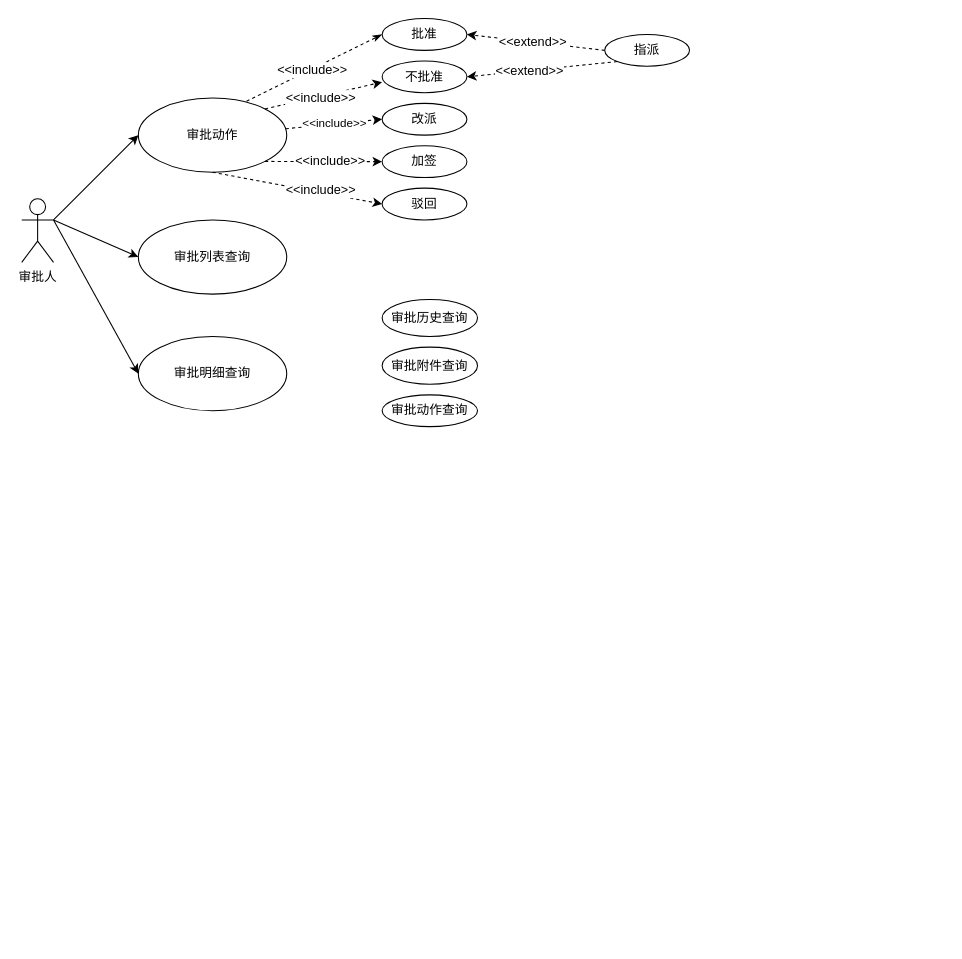
Before: 友报账审批用例.drawio in zhangjqh/ybz-graphs, a draw.io diagram. Source tidied: cells renumbered, new cells numbered last; positions are measured from the earlier drawing's top-left corner, leaving out a move shared by most shapes. Both pictures are drawn from the tidied source at 106%, with x=0, y=0 at pixel (21, 18).
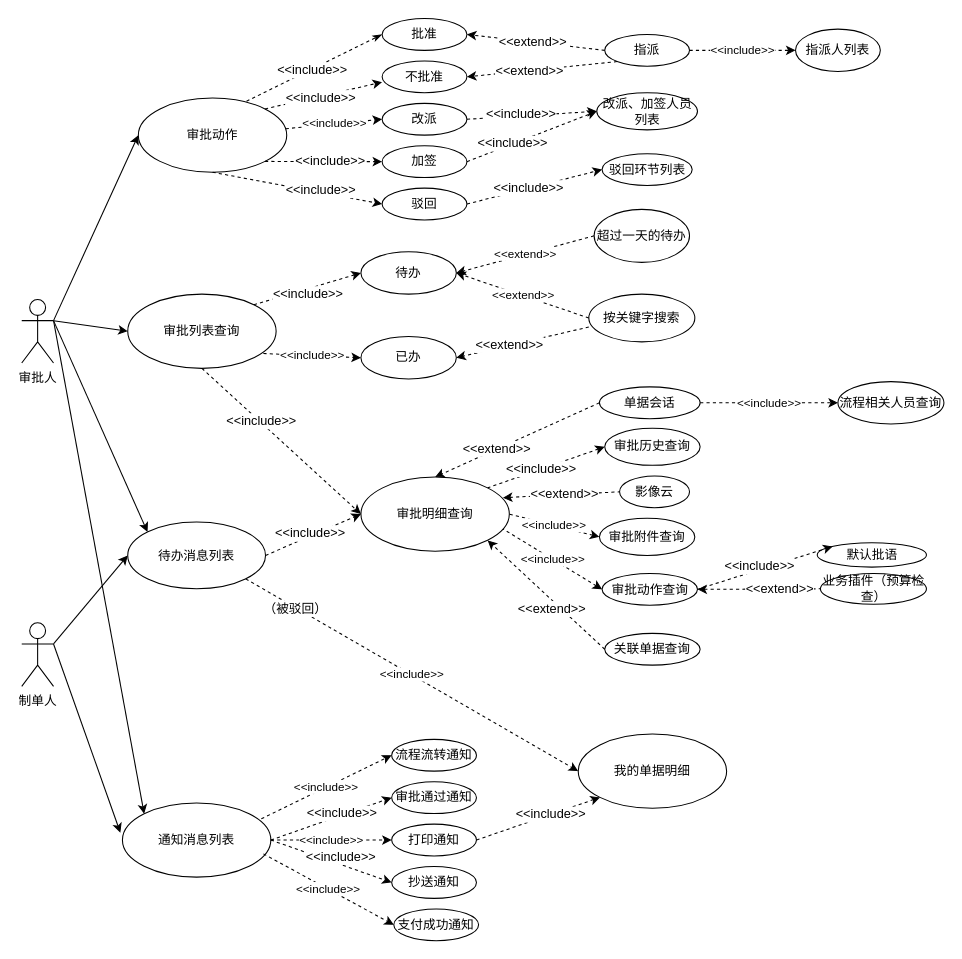
Above is the later version.

Commit message:
已添加 友报账审批用例.drawio

Unchanged cells that the change refers to:
```xml
<mxCell id="3" value="审批动作&lt;br&gt;" style="ellipse;whiteSpace=wrap;html=1;" parent="1" vertex="1">
  <mxGeometry x="110" y="75" width="140" height="70" as="geometry" />
</mxCell>
<mxCell id="6" value="改派&lt;br&gt;" style="ellipse;whiteSpace=wrap;html=1;" parent="1" vertex="1">
  <mxGeometry x="340" y="80" width="80" height="30" as="geometry" />
</mxCell>
<mxCell id="7" value="加签&lt;br&gt;" style="ellipse;whiteSpace=wrap;html=1;" parent="1" vertex="1">
  <mxGeometry x="340" y="120" width="80" height="30" as="geometry" />
</mxCell>
<mxCell id="8" value="驳回&lt;br&gt;" style="ellipse;whiteSpace=wrap;html=1;" parent="1" vertex="1">
  <mxGeometry x="340" y="160" width="80" height="30" as="geometry" />
</mxCell>
<mxCell id="19" value="指派&lt;br&gt;" style="ellipse;whiteSpace=wrap;html=1;" parent="1" vertex="1">
  <mxGeometry x="550" y="15" width="80" height="30" as="geometry" />
</mxCell>
```

What changed in the source:
```diff
@@
     <mxCell id="2" value="审批人" style="shape=umlActor;verticalLabelPosition=bottom;labelBackgroundColor=#ffffff;verticalAlign=top;html=1;" parent="1" vertex="1">
-      <mxGeometry y="170" width="30" height="60" as="geometry" />
+      <mxGeometry y="265" width="30" height="60" as="geometry" />
     </mxCell>
@@
-    <mxCell id="9" style="endArrow=classic;html=1;strokeColor=#000000;entryX=0;entryY=0.5;entryDx=0;entryDy=0;" parent="1" edge="1" target="3">
-      <mxGeometry relative="1" as="geometry">
-        <mxPoint x="30" y="190" as="sourcePoint" />
-      </mxGeometry>
+    <mxCell id="9" style="endArrow=classic;html=1;strokeColor=#000000;entryX=0;entryY=0.5;entryDx=0;entryDy=0;exitX=1;exitY=0.3333333333333333;exitDx=0;exitDy=0;exitPerimeter=0;" parent="1" edge="1" source="2" target="3">
+      <mxGeometry relative="1" as="geometry" />
     </mxCell>
@@
     <mxCell id="24" value="审批列表查询" style="ellipse;whiteSpace=wrap;html=1;" parent="1" vertex="1">
-      <mxGeometry x="110" y="190" width="140" height="70" as="geometry" />
+      <mxGeometry x="100" y="260" width="140" height="70" as="geometry" />
     </mxCell>
     <mxCell id="25" value="审批明细查询" style="ellipse;whiteSpace=wrap;html=1;" parent="1" vertex="1">
-      <mxGeometry x="110" y="300" width="140" height="70" as="geometry" />
+      <mxGeometry x="320" y="432.5" width="140" height="70" as="geometry" />
     </mxCell>
     <mxCell id="26" value="审批历史查询" style="ellipse;whiteSpace=wrap;html=1;" parent="1" vertex="1">
-      <mxGeometry x="340" y="265" width="90" height="35" as="geometry" />
+      <mxGeometry x="550" y="386.5" width="90" height="35" as="geometry" />
     </mxCell>
     <mxCell id="27" value="审批附件查询" style="ellipse;whiteSpace=wrap;html=1;" parent="1" vertex="1">
-      <mxGeometry x="340" y="310" width="90" height="35" as="geometry" />
+      <mxGeometry x="545" y="471.5" width="90" height="35" as="geometry" />
     </mxCell>
     <mxCell id="28" value="审批动作查询" style="ellipse;whiteSpace=wrap;html=1;" parent="1" vertex="1">
-      <mxGeometry x="340" y="355" width="90" height="30" as="geometry" />
+      <mxGeometry x="547.5" y="523.5" width="90" height="30" as="geometry" />
     </mxCell>
@@
-    <mxCell id="30" style="endArrow=classic;html=1;strokeColor=#000000;entryX=0;entryY=0.5;entryDx=0;entryDy=0;exitX=1;exitY=0.3333333333333333;exitDx=0;exitDy=0;exitPerimeter=0;" parent="1" edge="1" source="2" target="25">
-      <mxGeometry relative="1" as="geometry" />
-    </mxCell>
+    <mxCell id="31" style="endArrow=none;dashed=1;html=1;strokeColor=#000000;entryX=1;entryY=0;entryDx=0;entryDy=0;exitX=0;exitY=0.5;exitDx=0;exitDy=0;endFill=0;startArrow=classic;startFill=1;" parent="1" edge="1" source="26" target="25">
+      <mxGeometry relative="1" as="geometry" />
+    </mxCell>
+    <mxCell id="32" value="&amp;lt;&amp;lt;include&amp;gt;&amp;gt;" style="text;html=1;align=center;verticalAlign=middle;labelBackgroundColor=#ffffff;" parent="31" vertex="1">
+      <mxGeometry x="-0.35" y="-1" relative="1" as="geometry">
+        <mxPoint x="-24" y="9" as="offset" />
+      </mxGeometry>
+    </mxCell>
+    <mxCell id="33" value="&amp;lt;&amp;lt;include&amp;gt;&amp;gt;" style="endArrow=none;dashed=1;html=1;strokeColor=#000000;entryX=1;entryY=0.5;entryDx=0;entryDy=0;exitX=0;exitY=0.5;exitDx=0;exitDy=0;endFill=0;startArrow=classic;startFill=1;" parent="1" edge="1" source="27" target="25">
+      <mxGeometry relative="1" as="geometry" />
+    </mxCell>
+    <mxCell id="34" value="&amp;lt;&amp;lt;include&amp;gt;&amp;gt;" style="endArrow=none;dashed=1;html=1;strokeColor=#000000;entryX=0.957;entryY=0.7;entryDx=0;entryDy=0;entryPerimeter=0;exitX=0;exitY=0.5;exitDx=0;exitDy=0;endFill=0;startArrow=classic;startFill=1;" parent="1" edge="1" source="28" target="25">
+      <mxGeometry relative="1" as="geometry" />
+    </mxCell>
+    <mxCell id="35" value="待办" style="ellipse;whiteSpace=wrap;html=1;" parent="1" vertex="1">
+      <mxGeometry x="320" y="220" width="90" height="40" as="geometry" />
+    </mxCell>
+    <mxCell id="36" value="已办" style="ellipse;whiteSpace=wrap;html=1;" parent="1" vertex="1">
+      <mxGeometry x="320" y="300" width="90" height="40" as="geometry" />
+    </mxCell>
+    <mxCell id="37" style="endArrow=classic;dashed=1;html=1;strokeColor=#000000;entryX=0;entryY=0.5;entryDx=0;entryDy=0;endFill=1;" parent="1" edge="1" target="35">
+      <mxGeometry relative="1" as="geometry">
+        <mxPoint x="219" y="270" as="sourcePoint" />
+      </mxGeometry>
+    </mxCell>
+    <mxCell id="38" value="&amp;lt;&amp;lt;include&amp;gt;&amp;gt;" style="text;html=1;align=center;verticalAlign=middle;labelBackgroundColor=#ffffff;" parent="37" vertex="1">
+      <mxGeometry x="0.21" relative="1" as="geometry">
+        <mxPoint x="-10.5" y="8" as="offset" />
+      </mxGeometry>
+    </mxCell>
+    <mxCell id="39" value="&amp;lt;&amp;lt;include&amp;gt;&amp;gt;" style="endArrow=classic;dashed=1;html=1;strokeColor=#000000;entryX=0;entryY=0.5;entryDx=0;entryDy=0;exitX=0.914;exitY=0.8;exitDx=0;exitDy=0;exitPerimeter=0;endFill=1;" parent="1" edge="1" source="24" target="36">
+      <mxGeometry relative="1" as="geometry" />
+    </mxCell>
+    <mxCell id="40" value="超过一天的待办" style="ellipse;whiteSpace=wrap;html=1;" parent="1" vertex="1">
+      <mxGeometry x="540" y="180" width="90" height="50" as="geometry" />
+    </mxCell>
+    <mxCell id="41" value="&amp;lt;&amp;lt;extend&amp;gt;&amp;gt;" style="endArrow=classic;dashed=1;html=1;strokeColor=#000000;entryX=1;entryY=0.5;entryDx=0;entryDy=0;exitX=0;exitY=0.5;exitDx=0;exitDy=0;endFill=1;" parent="1" edge="1" source="40" target="35">
+      <mxGeometry relative="1" as="geometry" />
+    </mxCell>
+    <mxCell id="42" value="按关键字搜索" style="ellipse;whiteSpace=wrap;html=1;" parent="1" vertex="1">
+      <mxGeometry x="535" y="260" width="100" height="45" as="geometry" />
+    </mxCell>
+    <mxCell id="43" value="&amp;lt;&amp;lt;extend&amp;gt;&amp;gt;" style="endArrow=classic;dashed=1;html=1;strokeColor=#000000;entryX=1;entryY=0.5;entryDx=0;entryDy=0;exitX=0;exitY=0.5;exitDx=0;exitDy=0;endFill=1;" parent="1" edge="1" source="42" target="35">
+      <mxGeometry relative="1" as="geometry" />
+    </mxCell>
+    <mxCell id="44" style="endArrow=classic;dashed=1;html=1;strokeColor=#000000;entryX=1;entryY=0.5;entryDx=0;entryDy=0;exitX=0;exitY=0.689;exitDx=0;exitDy=0;exitPerimeter=0;endFill=1;" parent="1" edge="1" source="42" target="36">
+      <mxGeometry relative="1" as="geometry" />
+    </mxCell>
+    <mxCell id="45" value="&amp;lt;&amp;lt;extend&amp;gt;&amp;gt;" style="text;html=1;align=center;verticalAlign=middle;labelBackgroundColor=#ffffff;" parent="44" vertex="1">
+      <mxGeometry x="0.2" y="-1" relative="1" as="geometry" />
+    </mxCell>
+    <mxCell id="46" value="关联单据查询" style="ellipse;whiteSpace=wrap;html=1;" parent="1" vertex="1">
+      <mxGeometry x="550" y="580" width="90" height="30" as="geometry" />
+    </mxCell>
+    <mxCell id="47" style="endArrow=classic;dashed=1;html=1;strokeColor=#000000;entryX=1;entryY=1;entryDx=0;entryDy=0;exitX=0;exitY=0.5;exitDx=0;exitDy=0;endFill=1;" parent="1" edge="1" source="46" target="25">
+      <mxGeometry relative="1" as="geometry" />
+    </mxCell>
+    <mxCell id="48" value="&amp;lt;&amp;lt;extend&amp;gt;&amp;gt;" style="text;html=1;align=center;verticalAlign=middle;labelBackgroundColor=#ffffff;" parent="47" vertex="1">
+      <mxGeometry x="-0.39" relative="1" as="geometry">
+        <mxPoint x="-16.5" y="-7" as="offset" />
+      </mxGeometry>
+    </mxCell>
+    <mxCell id="49" value="单据会话" style="ellipse;whiteSpace=wrap;html=1;" parent="1" vertex="1">
+      <mxGeometry x="545" y="347.5" width="95" height="30" as="geometry" />
+    </mxCell>
+    <mxCell id="50" style="endArrow=classic;dashed=1;html=1;strokeColor=#000000;entryX=0.5;entryY=0;entryDx=0;entryDy=0;exitX=0;exitY=0.5;exitDx=0;exitDy=0;endFill=1;" parent="1" edge="1" source="49" target="25">
+      <mxGeometry relative="1" as="geometry" />
+    </mxCell>
+    <mxCell id="51" value="&amp;lt;&amp;lt;extend&amp;gt;&amp;gt;" style="text;html=1;align=center;verticalAlign=middle;labelBackgroundColor=#ffffff;" parent="50" vertex="1">
+      <mxGeometry x="0.25" y="-1" relative="1" as="geometry" />
+    </mxCell>
+    <mxCell id="52" value="制单人" style="shape=umlActor;verticalLabelPosition=bottom;labelBackgroundColor=#ffffff;verticalAlign=top;html=1;" parent="1" vertex="1">
+      <mxGeometry y="570" width="30" height="60" as="geometry" />
+    </mxCell>
+    <mxCell id="53" value="待办消息列表" style="ellipse;whiteSpace=wrap;html=1;" parent="1" vertex="1">
+      <mxGeometry x="100" y="475" width="130" height="63" as="geometry" />
+    </mxCell>
+    <mxCell id="54" style="endArrow=classic;html=1;strokeColor=#000000;entryX=0;entryY=0;entryDx=0;entryDy=0;exitX=1;exitY=0.3333333333333333;exitDx=0;exitDy=0;exitPerimeter=0;" parent="1" edge="1" source="2" target="53">
+      <mxGeometry relative="1" as="geometry" />
+    </mxCell>
+    <mxCell id="55" value="通知消息列表" style="ellipse;whiteSpace=wrap;html=1;" parent="1" vertex="1">
+      <mxGeometry x="95" y="740" width="140" height="70" as="geometry" />
+    </mxCell>
+    <mxCell id="56" style="endArrow=classic;dashed=1;html=1;strokeColor=#000000;entryX=0;entryY=0.5;entryDx=0;entryDy=0;exitX=0.5;exitY=1;exitDx=0;exitDy=0;endFill=1;" parent="1" edge="1" source="24" target="25">
+      <mxGeometry relative="1" as="geometry" />
+    </mxCell>
+    <mxCell id="57" value="&amp;lt;&amp;lt;include&amp;gt;&amp;gt;" style="text;html=1;align=center;verticalAlign=middle;labelBackgroundColor=#ffffff;" parent="56" vertex="1">
+      <mxGeometry x="-0.26" y="1" relative="1" as="geometry" />
+    </mxCell>
+    <mxCell id="58" style="endArrow=classic;dashed=1;html=1;strokeColor=#000000;entryX=0;entryY=0.5;entryDx=0;entryDy=0;exitX=1;exitY=0.5;exitDx=0;exitDy=0;endFill=1;" parent="1" edge="1" source="53" target="25">
+      <mxGeometry relative="1" as="geometry" />
+    </mxCell>
+    <mxCell id="59" value="&amp;lt;&amp;lt;include&amp;gt;&amp;gt;" style="text;html=1;align=center;verticalAlign=middle;labelBackgroundColor=#ffffff;" parent="58" vertex="1">
+      <mxGeometry x="-0.06" y="3" relative="1" as="geometry" />
+    </mxCell>
+    <mxCell id="60" style="endArrow=classic;html=1;strokeColor=#000000;entryX=0;entryY=0.5;entryDx=0;entryDy=0;exitX=1;exitY=0.3333333333333333;exitDx=0;exitDy=0;exitPerimeter=0;" parent="1" edge="1" source="52" target="53">
+      <mxGeometry relative="1" as="geometry" />
+    </mxCell>
+    <mxCell id="61" style="endArrow=classic;html=1;strokeColor=#000000;entryX=-0.014;entryY=0.4;entryDx=0;entryDy=0;entryPerimeter=0;exitX=1;exitY=0.3333333333333333;exitDx=0;exitDy=0;exitPerimeter=0;" parent="1" edge="1" source="52" target="55">
+      <mxGeometry relative="1" as="geometry" />
+    </mxCell>
+    <mxCell id="62" value="流程流转通知" style="ellipse;whiteSpace=wrap;html=1;" parent="1" vertex="1">
+      <mxGeometry x="349" y="680" width="80" height="30" as="geometry" />
+    </mxCell>
+    <mxCell id="63" value="审批通过通知" style="ellipse;whiteSpace=wrap;html=1;" parent="1" vertex="1">
+      <mxGeometry x="349" y="720" width="80" height="30" as="geometry" />
+    </mxCell>
+    <mxCell id="64" value="打印通知" style="ellipse;whiteSpace=wrap;html=1;" parent="1" vertex="1">
+      <mxGeometry x="349" y="760" width="80" height="30" as="geometry" />
+    </mxCell>
+    <mxCell id="65" value="抄送通知" style="ellipse;whiteSpace=wrap;html=1;" parent="1" vertex="1">
+      <mxGeometry x="349" y="800" width="80" height="30" as="geometry" />
+    </mxCell>
+    <mxCell id="66" value="支付成功通知" style="ellipse;whiteSpace=wrap;html=1;" parent="1" vertex="1">
+      <mxGeometry x="351" y="840" width="80" height="30" as="geometry" />
+    </mxCell>
+    <mxCell id="67" value="我的单据明细" style="ellipse;whiteSpace=wrap;html=1;" parent="1" vertex="1">
+      <mxGeometry x="525" y="675" width="140" height="70" as="geometry" />
+    </mxCell>
+    <mxCell id="68" value="&amp;lt;&amp;lt;include&amp;gt;&amp;gt;" style="endArrow=classic;dashed=1;html=1;strokeColor=#000000;entryX=0;entryY=0.5;entryDx=0;entryDy=0;exitX=1;exitY=1;exitDx=0;exitDy=0;endFill=1;" parent="1" edge="1" source="53" target="67">
+      <mxGeometry relative="1" as="geometry" />
+    </mxCell>
+    <mxCell id="69" value="（被驳回）" style="text;html=1;align=center;verticalAlign=middle;labelBackgroundColor=#ffffff;" parent="68" vertex="1">
+      <mxGeometry x="-0.79" relative="1" as="geometry">
+        <mxPoint x="13" y="8.5" as="offset" />
+      </mxGeometry>
+    </mxCell>
+    <mxCell id="70" value="&amp;lt;&amp;lt;include&amp;gt;&amp;gt;" style="endArrow=classic;dashed=1;html=1;strokeColor=#000000;entryX=0;entryY=0.5;entryDx=0;entryDy=0;exitX=0.936;exitY=0.214;exitDx=0;exitDy=0;exitPerimeter=0;endFill=1;" parent="1" edge="1" source="55" target="62">
+      <mxGeometry relative="1" as="geometry" />
+    </mxCell>
+    <mxCell id="71" style="endArrow=classic;dashed=1;html=1;strokeColor=#000000;entryX=0;entryY=0.5;entryDx=0;entryDy=0;exitX=1;exitY=0.5;exitDx=0;exitDy=0;endFill=1;" parent="1" edge="1" source="55" target="63">
+      <mxGeometry relative="1" as="geometry" />
+    </mxCell>
+    <mxCell id="72" value="&amp;lt;&amp;lt;include&amp;gt;&amp;gt;" style="text;html=1;align=center;verticalAlign=middle;labelBackgroundColor=#ffffff;" parent="71" vertex="1">
+      <mxGeometry x="0.18" y="1" relative="1" as="geometry">
+        <mxPoint y="-1" as="offset" />
+      </mxGeometry>
+    </mxCell>
+    <mxCell id="73" value="&amp;lt;&amp;lt;include&amp;gt;&amp;gt;" style="endArrow=classic;dashed=1;html=1;strokeColor=#000000;entryX=0;entryY=0.5;entryDx=0;entryDy=0;exitX=1;exitY=0.5;exitDx=0;exitDy=0;endFill=1;" parent="1" edge="1" source="55" target="64">
+      <mxGeometry relative="1" as="geometry" />
+    </mxCell>
+    <mxCell id="74" style="endArrow=classic;dashed=1;html=1;strokeColor=#000000;entryX=0;entryY=0.5;entryDx=0;entryDy=0;exitX=1;exitY=0.5;exitDx=0;exitDy=0;endFill=1;" parent="1" edge="1" source="55" target="65">
+      <mxGeometry relative="1" as="geometry" />
+    </mxCell>
+    <mxCell id="75" value="&amp;lt;&amp;lt;include&amp;gt;&amp;gt;" style="text;html=1;align=center;verticalAlign=middle;labelBackgroundColor=#ffffff;" parent="74" vertex="1">
+      <mxGeometry x="0.42" y="3" relative="1" as="geometry">
+        <mxPoint x="-17" y="-10.5" as="offset" />
+      </mxGeometry>
+    </mxCell>
+    <mxCell id="76" value="&amp;lt;&amp;lt;include&amp;gt;&amp;gt;" style="endArrow=classic;dashed=1;html=1;strokeColor=#000000;entryX=0;entryY=0.5;entryDx=0;entryDy=0;exitX=0.95;exitY=0.686;exitDx=0;exitDy=0;exitPerimeter=0;endFill=1;" parent="1" edge="1" source="55" target="66">
+      <mxGeometry relative="1" as="geometry" />
+    </mxCell>
+    <mxCell id="77" style="endArrow=classic;dashed=1;html=1;strokeColor=#000000;entryX=0;entryY=1;entryDx=0;entryDy=0;exitX=1;exitY=0.5;exitDx=0;exitDy=0;endFill=1;" parent="1" edge="1" source="64" target="67">
+      <mxGeometry relative="1" as="geometry" />
+    </mxCell>
+    <mxCell id="78" value="&amp;lt;&amp;lt;include&amp;gt;&amp;gt;" style="text;html=1;align=center;verticalAlign=middle;labelBackgroundColor=#ffffff;" parent="77" vertex="1">
+      <mxGeometry x="0.2" relative="1" as="geometry" />
+    </mxCell>
+    <mxCell id="79" style="endArrow=classic;html=1;strokeColor=#000000;entryX=0;entryY=0;entryDx=0;entryDy=0;exitX=1;exitY=0.3333333333333333;exitDx=0;exitDy=0;exitPerimeter=0;" parent="1" edge="1" source="2" target="55">
+      <mxGeometry relative="1" as="geometry" />
+    </mxCell>
+    <mxCell id="80" value="指派人列表" style="ellipse;whiteSpace=wrap;html=1;" parent="1" vertex="1">
+      <mxGeometry x="730" y="10" width="80" height="40" as="geometry" />
+    </mxCell>
+    <mxCell id="81" value="&amp;lt;&amp;lt;include&amp;gt;&amp;gt;" style="endArrow=classic;dashed=1;html=1;strokeColor=#000000;entryX=0;entryY=0.5;entryDx=0;entryDy=0;exitX=1;exitY=0.5;exitDx=0;exitDy=0;endFill=1;" parent="1" edge="1" source="19" target="80">
+      <mxGeometry relative="1" as="geometry" />
+    </mxCell>
+    <mxCell id="82" value="改派、加签人员列表" style="ellipse;whiteSpace=wrap;html=1;" parent="1" vertex="1">
+      <mxGeometry x="542.5" y="70" width="95" height="35" as="geometry" />
+    </mxCell>
+    <mxCell id="83" style="endArrow=classic;dashed=1;html=1;strokeColor=#000000;entryX=0;entryY=0.5;entryDx=0;entryDy=0;exitX=1;exitY=0.5;exitDx=0;exitDy=0;endFill=1;" parent="1" edge="1" source="6" target="82">
+      <mxGeometry relative="1" as="geometry" />
+    </mxCell>
+    <mxCell id="84" value="&amp;lt;&amp;lt;include&amp;gt;&amp;gt;" style="text;html=1;align=center;verticalAlign=middle;labelBackgroundColor=#ffffff;" parent="83" vertex="1">
+      <mxGeometry x="-0.17" y="2" relative="1" as="geometry" />
+    </mxCell>
+    <mxCell id="85" style="endArrow=classic;dashed=1;html=1;strokeColor=#000000;entryX=0;entryY=0.5;entryDx=0;entryDy=0;exitX=1;exitY=0.5;exitDx=0;exitDy=0;endFill=1;" parent="1" edge="1" source="7" target="82">
+      <mxGeometry relative="1" as="geometry" />
+    </mxCell>
+    <mxCell id="86" value="&amp;lt;&amp;lt;include&amp;gt;&amp;gt;" style="text;html=1;align=center;verticalAlign=middle;labelBackgroundColor=#ffffff;" parent="85" vertex="1">
+      <mxGeometry x="-0.29" y="1" relative="1" as="geometry">
+        <mxPoint x="-1" as="offset" />
+      </mxGeometry>
+    </mxCell>
+    <mxCell id="87" value="驳回环节列表" style="ellipse;whiteSpace=wrap;html=1;" parent="1" vertex="1">
+      <mxGeometry x="547.5" y="127.5" width="85" height="30" as="geometry" />
+    </mxCell>
+    <mxCell id="88" style="endArrow=classic;dashed=1;html=1;strokeColor=#000000;entryX=0;entryY=0.5;entryDx=0;entryDy=0;exitX=1;exitY=0.5;exitDx=0;exitDy=0;endFill=1;" parent="1" edge="1" source="8" target="87">
+      <mxGeometry relative="1" as="geometry" />
+    </mxCell>
+    <mxCell id="89" value="&amp;lt;&amp;lt;include&amp;gt;&amp;gt;" style="text;html=1;align=center;verticalAlign=middle;labelBackgroundColor=#ffffff;" parent="88" vertex="1">
+      <mxGeometry x="-0.09" y="1" relative="1" as="geometry" />
+    </mxCell>
+    <mxCell id="90" value="默认批语" style="ellipse;whiteSpace=wrap;html=1;" parent="1" vertex="1">
+      <mxGeometry x="750.5" y="494.5" width="103" height="23" as="geometry" />
+    </mxCell>
+    <mxCell id="91" value="业务插件（预算检查）" style="ellipse;whiteSpace=wrap;html=1;" parent="1" vertex="1">
+      <mxGeometry x="753.5" y="523.5" width="100" height="29" as="geometry" />
+    </mxCell>
+    <mxCell id="92" style="endArrow=classic;dashed=1;html=1;strokeColor=#000000;entryX=0;entryY=0;entryDx=0;entryDy=0;exitX=1;exitY=0.5;exitDx=0;exitDy=0;endFill=1;" parent="1" edge="1" source="28" target="90">
+      <mxGeometry relative="1" as="geometry" />
+    </mxCell>
+    <mxCell id="93" value="&amp;lt;&amp;lt;include&amp;gt;&amp;gt;" style="text;html=1;align=center;verticalAlign=middle;labelBackgroundColor=#ffffff;" parent="92" vertex="1">
+      <mxGeometry x="-0.07" y="3" relative="1" as="geometry" />
+    </mxCell>
+    <mxCell id="94" style="endArrow=none;dashed=1;html=1;strokeColor=#000000;entryX=0;entryY=0.5;entryDx=0;entryDy=0;exitX=1;exitY=0.5;exitDx=0;exitDy=0;startArrow=classic;startFill=1;" parent="1" edge="1" source="28" target="91">
+      <mxGeometry relative="1" as="geometry" />
+    </mxCell>
+    <mxCell id="95" value="&amp;lt;&amp;lt;extend&amp;gt;&amp;gt;" style="text;html=1;align=center;verticalAlign=middle;labelBackgroundColor=#ffffff;" parent="94" vertex="1">
+      <mxGeometry x="-0.2" y="2" relative="1" as="geometry">
+        <mxPoint x="31" y="1.5" as="offset" />
+      </mxGeometry>
+    </mxCell>
+    <mxCell id="96" value="影像云" style="ellipse;whiteSpace=wrap;html=1;" parent="1" vertex="1">
+      <mxGeometry x="564" y="431.5" width="66" height="30" as="geometry" />
+    </mxCell>
+    <mxCell id="97" style="endArrow=none;dashed=1;html=1;strokeColor=#000000;exitX=0.957;exitY=0.279;exitDx=0;exitDy=0;exitPerimeter=0;entryX=0;entryY=0.5;entryDx=0;entryDy=0;startArrow=classic;startFill=1;" parent="1" edge="1" source="25" target="96">
+      <mxGeometry relative="1" as="geometry" />
+    </mxCell>
+    <mxCell id="98" value="&amp;lt;&amp;lt;extend&amp;gt;&amp;gt;" style="text;html=1;align=center;verticalAlign=middle;labelBackgroundColor=#ffffff;" parent="97" vertex="1">
+      <mxGeometry x="0.06" y="1" relative="1" as="geometry" />
+    </mxCell>
+    <mxCell id="99" value="流程相关人员查询" style="ellipse;whiteSpace=wrap;html=1;" parent="1" vertex="1">
+      <mxGeometry x="770" y="342.5" width="100" height="40" as="geometry" />
+    </mxCell>
+    <mxCell id="100" value="&amp;lt;&amp;lt;include&amp;gt;&amp;gt;" style="endArrow=classic;dashed=1;html=1;strokeColor=#000000;entryX=0;entryY=0.5;entryDx=0;entryDy=0;exitX=1;exitY=0.5;exitDx=0;exitDy=0;endFill=1;" parent="1" edge="1" source="49" target="99">
+      <mxGeometry relative="1" as="geometry" />
+    </mxCell>
```
